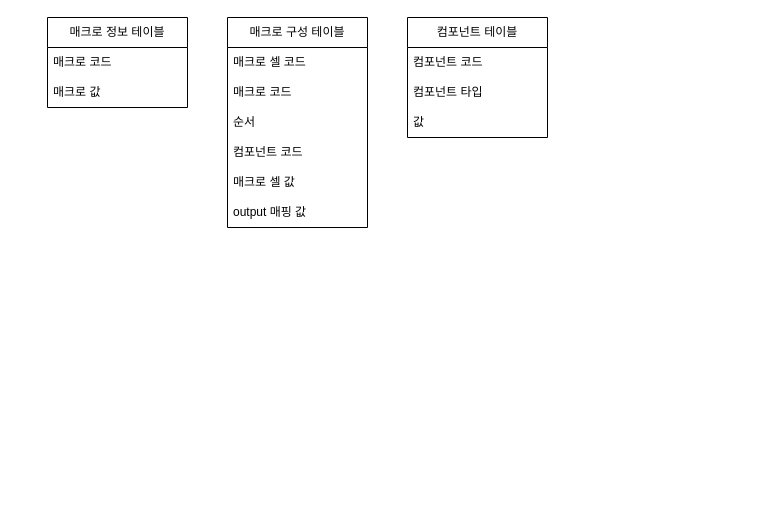
Earlier version of the draw.io diagram 제목 없는 다이어그램.drawio (moong23/MA_ERD). Source tidied: cells renumbered, new cells numbered last; positions are measured from the earlier drawing's top-left corner, leaving out a move shared by most shapes. Both pictures are drawn from the tidied source at 100%, with x=0, y=0 at pixel (47, 17).
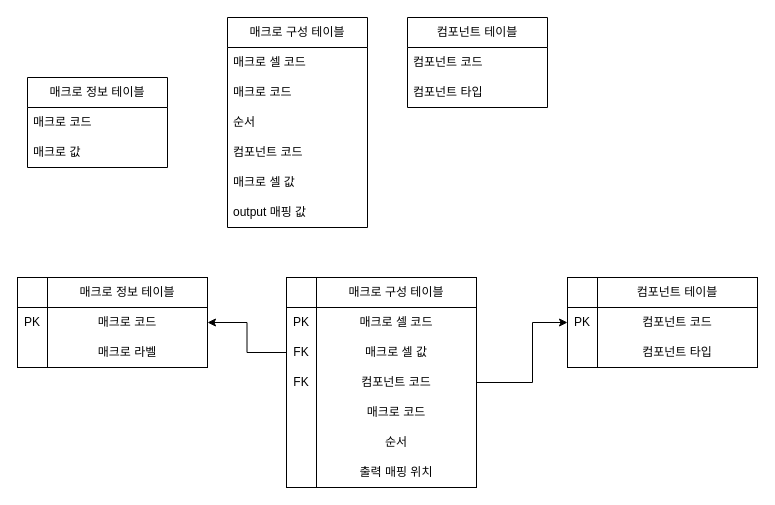
Above is the later version.

Commit message (it also covers changes not shown here):
제목 없는 다이어그램.drawio 업데이트

What changed in the source:
```diff
@@
     <mxCell id="2" value="매크로 정보 테이블" style="swimlane;fontStyle=0;horizontal=1;startSize=30;whiteSpace=wrap;html=1;" parent="1" vertex="1">
-      <mxGeometry width="140" height="90" as="geometry" />
+      <mxGeometry x="-20" y="60" width="140" height="90" as="geometry" />
     </mxCell>
@@
     <mxCell id="12" value="컴포넌트 테이블" style="swimlane;fontStyle=0;horizontal=1;startSize=30;whiteSpace=wrap;html=1;" parent="1" vertex="1">
-      <mxGeometry x="360" width="140" height="120" as="geometry" />
+      <mxGeometry x="360" width="140" height="90" as="geometry" />
     </mxCell>
@@
-    <mxCell id="15" value="값" style="text;strokeColor=none;fillColor=none;align=left;verticalAlign=middle;spacingLeft=4;spacingRight=4;overflow=hidden;whiteSpace=wrap;html=1;" parent="12" vertex="1">
-      <mxGeometry y="90" width="140" height="30" as="geometry" />
-    </mxCell>
+    <mxCell id="16" style="shape=internalStorage;whiteSpace=wrap;html=1;backgroundOutline=1;dx=30;dy=30;" parent="1" vertex="1">
+      <mxGeometry x="-30" y="260" width="190" height="90" as="geometry" />
+    </mxCell>
+    <mxCell id="17" value="매크로 정보 테이블" style="text;html=1;align=center;verticalAlign=middle;whiteSpace=wrap;rounded=0;" parent="1" vertex="1">
+      <mxGeometry y="260" width="160" height="30" as="geometry" />
+    </mxCell>
+    <mxCell id="18" value="매크로 코드" style="text;html=1;align=center;verticalAlign=middle;whiteSpace=wrap;rounded=0;" parent="1" vertex="1">
+      <mxGeometry y="290" width="160" height="30" as="geometry" />
+    </mxCell>
+    <mxCell id="19" value="매크로 라벨" style="text;html=1;align=center;verticalAlign=middle;whiteSpace=wrap;rounded=0;" parent="1" vertex="1">
+      <mxGeometry y="320" width="160" height="30" as="geometry" />
+    </mxCell>
+    <mxCell id="20" value="PK" style="text;html=1;align=center;verticalAlign=middle;whiteSpace=wrap;rounded=0;" parent="1" vertex="1">
+      <mxGeometry x="-30" y="290" width="30" height="30" as="geometry" />
+    </mxCell>
+    <mxCell id="21" style="shape=internalStorage;whiteSpace=wrap;html=1;backgroundOutline=1;dx=30;dy=30;" parent="1" vertex="1">
+      <mxGeometry x="239" y="260" width="190" height="210" as="geometry" />
+    </mxCell>
+    <mxCell id="22" value="매크로 구성 테이블" style="text;html=1;align=center;verticalAlign=middle;whiteSpace=wrap;rounded=0;" parent="1" vertex="1">
+      <mxGeometry x="269" y="260" width="160" height="30" as="geometry" />
+    </mxCell>
+    <mxCell id="23" value="매크로 셀 코드" style="text;html=1;align=center;verticalAlign=middle;whiteSpace=wrap;rounded=0;" parent="1" vertex="1">
+      <mxGeometry x="269" y="290" width="160" height="30" as="geometry" />
+    </mxCell>
+    <mxCell id="24" value="매크로 코드" style="text;html=1;align=center;verticalAlign=middle;whiteSpace=wrap;rounded=0;" parent="1" vertex="1">
+      <mxGeometry x="269" y="380" width="160" height="30" as="geometry" />
+    </mxCell>
+    <mxCell id="25" value="PK" style="text;html=1;align=center;verticalAlign=middle;whiteSpace=wrap;rounded=0;" parent="1" vertex="1">
+      <mxGeometry x="239" y="290" width="30" height="30" as="geometry" />
+    </mxCell>
+    <mxCell id="26" value="순서" style="text;html=1;align=center;verticalAlign=middle;whiteSpace=wrap;rounded=0;" parent="1" vertex="1">
+      <mxGeometry x="269" y="410" width="160" height="30" as="geometry" />
+    </mxCell>
+    <mxCell id="27" style="edgeStyle=orthogonalEdgeStyle;rounded=0;jettySize=auto;html=1;entryX=0;entryY=0.5;entryDx=0;entryDy=0;" parent="1" edge="1" source="28" target="31">
+      <mxGeometry relative="1" as="geometry">
+        <Array as="points">
+          <mxPoint x="485" y="365" />
+          <mxPoint x="485" y="305" />
+        </Array>
+      </mxGeometry>
+    </mxCell>
+    <mxCell id="28" value="컴포넌트 코드" style="text;html=1;align=center;verticalAlign=middle;whiteSpace=wrap;rounded=0;" parent="1" vertex="1">
+      <mxGeometry x="269" y="350" width="160" height="30" as="geometry" />
+    </mxCell>
+    <mxCell id="29" value="출력 매핑 위치" style="text;html=1;align=center;verticalAlign=middle;whiteSpace=wrap;rounded=0;" parent="1" vertex="1">
+      <mxGeometry x="269" y="440" width="160" height="30" as="geometry" />
+    </mxCell>
+    <mxCell id="30" value="매크로 셀 값" style="text;html=1;align=center;verticalAlign=middle;whiteSpace=wrap;rounded=0;" parent="1" vertex="1">
+      <mxGeometry x="269" y="320" width="160" height="30" as="geometry" />
+    </mxCell>
+    <mxCell id="31" style="shape=internalStorage;whiteSpace=wrap;html=1;backgroundOutline=1;dx=30;dy=30;" parent="1" vertex="1">
+      <mxGeometry x="520" y="260" width="190" height="90" as="geometry" />
+    </mxCell>
+    <mxCell id="32" value="컴포넌트 테이블" style="text;html=1;align=center;verticalAlign=middle;whiteSpace=wrap;rounded=0;" parent="1" vertex="1">
+      <mxGeometry x="550" y="260" width="160" height="30" as="geometry" />
+    </mxCell>
+    <mxCell id="33" value="컴포넌트 코드" style="text;html=1;align=center;verticalAlign=middle;whiteSpace=wrap;rounded=0;" parent="1" vertex="1">
+      <mxGeometry x="550" y="290" width="160" height="30" as="geometry" />
+    </mxCell>
+    <mxCell id="34" value="컴포넌트 타입" style="text;html=1;align=center;verticalAlign=middle;whiteSpace=wrap;rounded=0;" parent="1" vertex="1">
+      <mxGeometry x="550" y="320" width="160" height="30" as="geometry" />
+    </mxCell>
+    <mxCell id="35" value="PK" style="text;html=1;align=center;verticalAlign=middle;whiteSpace=wrap;rounded=0;" parent="1" vertex="1">
+      <mxGeometry x="520" y="290" width="30" height="30" as="geometry" />
+    </mxCell>
+    <mxCell id="36" style="edgeStyle=orthogonalEdgeStyle;rounded=0;jettySize=auto;html=1;entryX=1;entryY=0.5;entryDx=0;entryDy=0;" parent="1" edge="1" source="37" target="18">
+      <mxGeometry relative="1" as="geometry" />
+    </mxCell>
+    <mxCell id="37" value="FK" style="text;html=1;align=center;verticalAlign=middle;whiteSpace=wrap;rounded=0;" parent="1" vertex="1">
+      <mxGeometry x="239" y="320" width="30" height="30" as="geometry" />
+    </mxCell>
+    <mxCell id="38" value="FK" style="text;html=1;align=center;verticalAlign=middle;whiteSpace=wrap;rounded=0;" parent="1" vertex="1">
+      <mxGeometry x="239" y="350" width="30" height="30" as="geometry" />
+    </mxCell>
```
